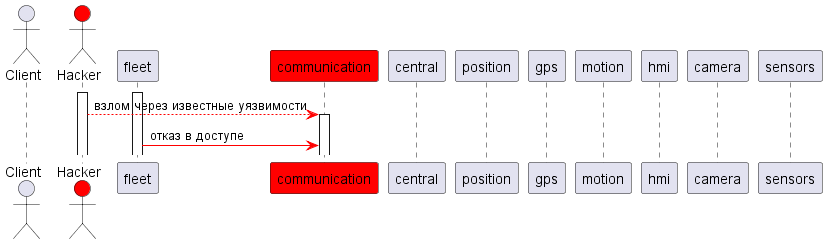
The PlantUML diagram pics/sd_5.png in Fishonground/Delivery, before a commit.
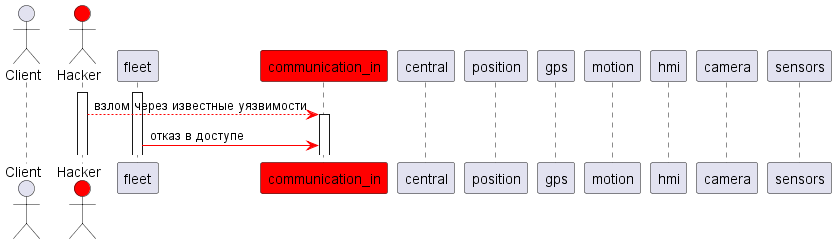
After the change.

Change to the diagram source:
```diff
@@ -2,7 +2,7 @@
 actor "Client" as c
 actor "Hacker" as h #red
 participant fleet
-participant communication #red
+participant communication_in #red
 participant central
 participant position
 participant gps
@@ -14,7 +14,7 @@
 
 fleet++
 h++
-h -[#red]-> communication++: взлом через известные уязвимости
-fleet -[#red]> communication: отказ в доступе
+h -[#red]-> communication_in++: взлом через известные уязвимости
+fleet -[#red]> communication_in: отказ в доступе
 
 @enduml
```
